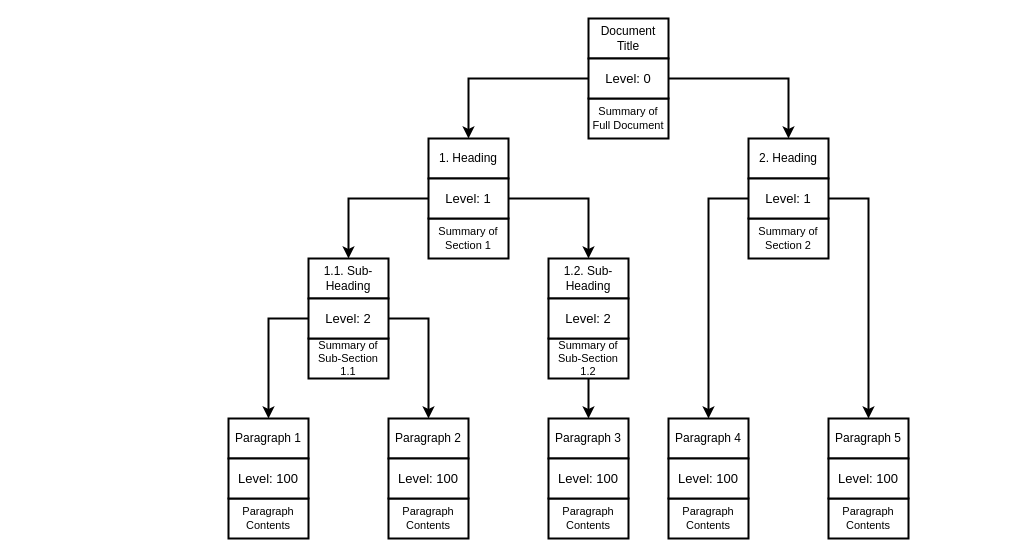
Above: Unprocessed Document Tree.drawio in smelm/thesis (draw.io), before the change. Source tidied: cells renumbered, new cells numbered last; positions are measured from the earlier drawing's top-left corner, leaving out a move shared by most shapes. Both pictures are drawn from the tidied source at 100%, with x=0, y=0 at pixel (228, 18).
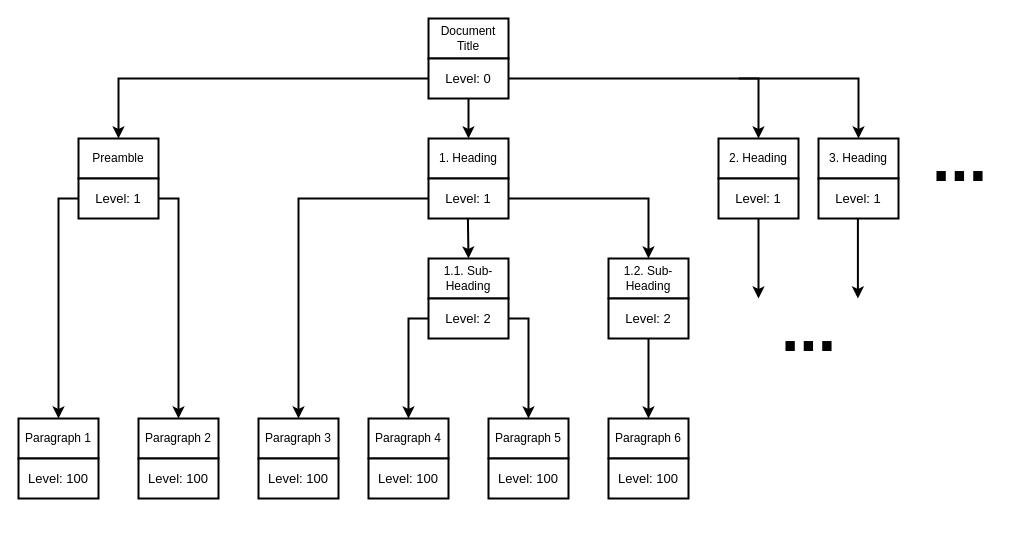
After the change.

The change refers to these unchanged cells:
```xml
<mxCell id="5" value="1. Heading" style="rounded=0;whiteSpace=wrap;html=1;strokeWidth=2;" parent="1" vertex="1">
  <mxGeometry x="200" y="120" width="80" height="40" as="geometry" />
</mxCell>
<mxCell id="7" value="Level: 1" style="rounded=0;whiteSpace=wrap;html=1;fontSize=13;strokeWidth=2;" parent="1" vertex="1">
  <mxGeometry x="200" y="160" width="80" height="40" as="geometry" />
</mxCell>
```

The edit, as a diff of the source:
```diff
@@
     <mxCell id="2" value="Document Title" style="rounded=0;whiteSpace=wrap;html=1;strokeWidth=2;" parent="1" vertex="1">
-      <mxGeometry x="360" width="80" height="40" as="geometry" />
+      <mxGeometry x="200" width="80" height="40" as="geometry" />
     </mxCell>
-    <mxCell id="3" value="Summary of Full Document" style="rounded=0;whiteSpace=wrap;html=1;fontSize=11;strokeWidth=2;" parent="1" vertex="1">
-      <mxGeometry x="360" y="80" width="80" height="40" as="geometry" />
-    </mxCell>
     <mxCell id="4" value="Level:&amp;nbsp;&lt;span style=&quot;background-color: initial;&quot;&gt;0&lt;/span&gt;" style="rounded=0;whiteSpace=wrap;html=1;fontSize=13;strokeWidth=2;" parent="1" vertex="1">
-      <mxGeometry x="360" y="40" width="80" height="40" as="geometry" />
+      <mxGeometry x="200" y="40" width="80" height="40" as="geometry" />
     </mxCell>
@@
-    <mxCell id="6" value="Summary of Section 1" style="rounded=0;whiteSpace=wrap;html=1;fontSize=11;strokeWidth=2;" parent="1" vertex="1">
-      <mxGeometry x="200" y="200" width="80" height="40" as="geometry" />
-    </mxCell>
@@
     <mxCell id="8" value="2. Heading" style="rounded=0;whiteSpace=wrap;html=1;strokeWidth=2;" parent="1" vertex="1">
-      <mxGeometry x="520" y="120" width="80" height="40" as="geometry" />
+      <mxGeometry x="490" y="120" width="80" height="40" as="geometry" />
     </mxCell>
-    <mxCell id="9" value="Summary of Section 2" style="rounded=0;whiteSpace=wrap;html=1;fontSize=11;strokeWidth=2;" parent="1" vertex="1">
-      <mxGeometry x="520" y="200" width="80" height="40" as="geometry" />
-    </mxCell>
     <mxCell id="10" value="Level: 1" style="rounded=0;whiteSpace=wrap;html=1;fontSize=13;strokeWidth=2;" parent="1" vertex="1">
-      <mxGeometry x="520" y="160" width="80" height="40" as="geometry" />
+      <mxGeometry x="490" y="160" width="80" height="40" as="geometry" />
     </mxCell>
     <mxCell id="11" value="1.1. Sub-Heading" style="rounded=0;whiteSpace=wrap;html=1;strokeWidth=2;" parent="1" vertex="1">
-      <mxGeometry x="80" y="240" width="80" height="40" as="geometry" />
+      <mxGeometry x="200" y="240" width="80" height="40" as="geometry" />
     </mxCell>
-    <mxCell id="12" value="Summary of Sub-Section 1.1" style="rounded=0;whiteSpace=wrap;html=1;fontSize=11;strokeWidth=2;" parent="1" vertex="1">
-      <mxGeometry x="80" y="320" width="80" height="40" as="geometry" />
-    </mxCell>
     <mxCell id="13" value="Level: 2" style="rounded=0;whiteSpace=wrap;html=1;fontSize=13;strokeWidth=2;" parent="1" vertex="1">
-      <mxGeometry x="80" y="280" width="80" height="40" as="geometry" />
+      <mxGeometry x="200" y="280" width="80" height="40" as="geometry" />
     </mxCell>
     <mxCell id="14" value="1.2. Sub-Heading" style="rounded=0;whiteSpace=wrap;html=1;strokeWidth=2;" parent="1" vertex="1">
-      <mxGeometry x="320" y="240" width="80" height="40" as="geometry" />
+      <mxGeometry x="380" y="240" width="80" height="40" as="geometry" />
     </mxCell>
-    <mxCell id="15" style="edgeStyle=orthogonalEdgeStyle;rounded=0;jettySize=auto;html=1;entryX=0.5;entryY=0;entryDx=0;entryDy=0;strokeWidth=2;" parent="1" edge="1" source="16" target="27">
+    <mxCell id="15" style="edgeStyle=orthogonalEdgeStyle;rounded=0;jettySize=auto;html=1;entryX=0.5;entryY=0;entryDx=0;entryDy=0;strokeWidth=2;" parent="1" edge="1" source="17" target="27">
       <mxGeometry relative="1" as="geometry" />
     </mxCell>
-    <mxCell id="16" value="Summary of Sub-Section 1.2" style="rounded=0;whiteSpace=wrap;html=1;fontSize=11;strokeWidth=2;" parent="1" vertex="1">
-      <mxGeometry x="320" y="320" width="80" height="40" as="geometry" />
-    </mxCell>
     <mxCell id="17" value="Level: 2" style="rounded=0;whiteSpace=wrap;html=1;fontSize=13;strokeWidth=2;" parent="1" vertex="1">
-      <mxGeometry x="320" y="280" width="80" height="40" as="geometry" />
+      <mxGeometry x="380" y="280" width="80" height="40" as="geometry" />
     </mxCell>
-    <mxCell id="18" value="Paragraph 4" style="rounded=0;whiteSpace=wrap;html=1;strokeWidth=2;" parent="1" vertex="1">
-      <mxGeometry x="440" y="400" width="80" height="40" as="geometry" />
+    <mxCell id="18" value="3. Heading" style="rounded=0;whiteSpace=wrap;html=1;strokeWidth=2;" parent="1" vertex="1">
+      <mxGeometry x="590" y="120" width="80" height="40" as="geometry" />
     </mxCell>
-    <mxCell id="19" value="Paragraph Contents" style="rounded=0;whiteSpace=wrap;html=1;fontSize=11;strokeWidth=2;" parent="1" vertex="1">
-      <mxGeometry x="440" y="480" width="80" height="40" as="geometry" />
-    </mxCell>
-    <mxCell id="20" value="Paragraph 5" style="rounded=0;whiteSpace=wrap;html=1;strokeWidth=2;" parent="1" vertex="1">
-      <mxGeometry x="600" y="400" width="80" height="40" as="geometry" />
-    </mxCell>
-    <mxCell id="21" value="Paragraph Contents" style="rounded=0;whiteSpace=wrap;html=1;fontSize=11;strokeWidth=2;" parent="1" vertex="1">
-      <mxGeometry x="600" y="480" width="80" height="40" as="geometry" />
-    </mxCell>
-    <mxCell id="22" value="Paragraph 1" style="rounded=0;whiteSpace=wrap;html=1;strokeWidth=2;" parent="1" vertex="1">
-      <mxGeometry y="400" width="80" height="40" as="geometry" />
+    <mxCell id="22" value="Paragraph 4" style="rounded=0;whiteSpace=wrap;html=1;strokeWidth=2;" parent="1" vertex="1">
+      <mxGeometry x="140" y="400" width="80" height="40" as="geometry" />
     </mxCell>
-    <mxCell id="23" value="Paragraph Contents" style="rounded=0;whiteSpace=wrap;html=1;fontSize=11;strokeWidth=2;" parent="1" vertex="1">
-      <mxGeometry y="480" width="80" height="40" as="geometry" />
-    </mxCell>
     <mxCell id="24" value="Level: 100" style="rounded=0;whiteSpace=wrap;html=1;fontSize=13;strokeWidth=2;" parent="1" vertex="1">
-      <mxGeometry y="440" width="80" height="40" as="geometry" />
+      <mxGeometry x="140" y="440" width="80" height="40" as="geometry" />
     </mxCell>
-    <mxCell id="25" value="Paragraph 2" style="rounded=0;whiteSpace=wrap;html=1;strokeWidth=2;" parent="1" vertex="1">
-      <mxGeometry x="160" y="400" width="80" height="40" as="geometry" />
+    <mxCell id="25" value="Paragraph 5" style="rounded=0;whiteSpace=wrap;html=1;strokeWidth=2;" parent="1" vertex="1">
+      <mxGeometry x="260" y="400" width="80" height="40" as="geometry" />
     </mxCell>
-    <mxCell id="26" value="Paragraph Contents" style="rounded=0;whiteSpace=wrap;html=1;fontSize=11;strokeWidth=2;" parent="1" vertex="1">
-      <mxGeometry x="160" y="480" width="80" height="40" as="geometry" />
-    </mxCell>
-    <mxCell id="27" value="Paragraph 3" style="rounded=0;whiteSpace=wrap;html=1;strokeWidth=2;" parent="1" vertex="1">
-      <mxGeometry x="320" y="400" width="80" height="40" as="geometry" />
+    <mxCell id="27" value="Paragraph 6" style="rounded=0;whiteSpace=wrap;html=1;strokeWidth=2;" parent="1" vertex="1">
+      <mxGeometry x="380" y="400" width="80" height="40" as="geometry" />
     </mxCell>
-    <mxCell id="28" value="Paragraph Contents" style="rounded=0;whiteSpace=wrap;html=1;fontSize=11;strokeWidth=2;" parent="1" vertex="1">
-      <mxGeometry x="320" y="480" width="80" height="40" as="geometry" />
-    </mxCell>
-    <mxCell id="29" style="endArrow=classic;html=1;rounded=0;exitX=0;exitY=0.5;exitDx=0;exitDy=0;entryX=0.5;entryY=0;entryDx=0;entryDy=0;strokeWidth=2;" parent="1" edge="1" source="4" target="5">
+    <mxCell id="29" style="endArrow=classic;html=1;rounded=0;exitX=0;exitY=0.5;exitDx=0;exitDy=0;entryX=0.5;entryY=0;entryDx=0;entryDy=0;strokeWidth=2;" parent="1" edge="1" source="4" target="41">
       <mxGeometry relative="1" as="geometry">
         <Array as="points">
-          <mxPoint x="240" y="60" />
+          <mxPoint x="-110" y="60" />
         </Array>
       </mxGeometry>
     </mxCell>
-    <mxCell id="30" style="endArrow=classic;html=1;rounded=0;exitX=0;exitY=0.5;exitDx=0;exitDy=0;entryX=0.5;entryY=0;entryDx=0;entryDy=0;strokeWidth=2;" parent="1" edge="1" target="8">
+    <mxCell id="30" style="endArrow=classic;html=1;rounded=0;exitX=1;exitY=0.5;exitDx=0;exitDy=0;entryX=0.5;entryY=0;entryDx=0;entryDy=0;strokeWidth=2;" parent="1" edge="1" source="4" target="8">
       <mxGeometry relative="1" as="geometry">
-        <mxPoint x="440" y="60" as="sourcePoint" />
         <Array as="points">
-          <mxPoint x="560" y="60" />
+          <mxPoint x="530" y="60" />
         </Array>
       </mxGeometry>
     </mxCell>
-    <mxCell id="31" style="endArrow=classic;html=1;rounded=0;exitX=0;exitY=0.5;exitDx=0;exitDy=0;entryX=0.5;entryY=0;entryDx=0;entryDy=0;strokeWidth=2;" parent="1" edge="1" target="11">
+    <mxCell id="31" style="endArrow=classic;html=1;rounded=0;exitX=0;exitY=0.5;exitDx=0;exitDy=0;entryX=0.5;entryY=0;entryDx=0;entryDy=0;strokeWidth=2;" parent="1" edge="1" target="56">
       <mxGeometry relative="1" as="geometry">
         <mxPoint x="200" y="180" as="sourcePoint" />
         <Array as="points">
-          <mxPoint x="120" y="180" />
+          <mxPoint x="70" y="180" />
         </Array>
       </mxGeometry>
     </mxCell>
     <mxCell id="32" style="endArrow=classic;html=1;rounded=0;exitX=0;exitY=0.5;exitDx=0;exitDy=0;entryX=0.5;entryY=0;entryDx=0;entryDy=0;strokeWidth=2;" parent="1" edge="1" target="22">
       <mxGeometry relative="1" as="geometry">
-        <mxPoint x="80" y="300" as="sourcePoint" />
+        <mxPoint x="200" y="300" as="sourcePoint" />
         <Array as="points">
-          <mxPoint x="40" y="300" />
+          <mxPoint x="180" y="300" />
         </Array>
       </mxGeometry>
     </mxCell>
     <mxCell id="33" style="endArrow=classic;html=1;rounded=0;exitX=0;exitY=0.5;exitDx=0;exitDy=0;entryX=0.5;entryY=0;entryDx=0;entryDy=0;strokeWidth=2;" parent="1" edge="1" target="25">
       <mxGeometry relative="1" as="geometry">
-        <mxPoint x="160" y="300" as="sourcePoint" />
+        <mxPoint x="280" y="300" as="sourcePoint" />
         <Array as="points">
-          <mxPoint x="200" y="300" />
+          <mxPoint x="300" y="300" />
         </Array>
       </mxGeometry>
     </mxCell>
     <mxCell id="34" style="endArrow=classic;html=1;rounded=0;exitX=1;exitY=0.5;exitDx=0;exitDy=0;entryX=0.5;entryY=0;entryDx=0;entryDy=0;strokeWidth=2;" parent="1" edge="1" source="7" target="14">
       <mxGeometry relative="1" as="geometry">
         <Array as="points">
-          <mxPoint x="360" y="180" />
+          <mxPoint x="420" y="180" />
         </Array>
       </mxGeometry>
     </mxCell>
-    <mxCell id="35" style="endArrow=classic;html=1;rounded=0;exitX=0;exitY=0.5;exitDx=0;exitDy=0;entryX=0.5;entryY=0;entryDx=0;entryDy=0;fontSize=11;strokeWidth=2;" parent="1" edge="1" target="20">
-      <mxGeometry relative="1" as="geometry">
-        <mxPoint x="600" y="180" as="sourcePoint" />
-        <Array as="points">
-          <mxPoint x="640" y="180" />
-        </Array>
-      </mxGeometry>
-    </mxCell>
-    <mxCell id="36" style="endArrow=classic;html=1;rounded=0;exitX=0;exitY=0.5;exitDx=0;exitDy=0;strokeWidth=2;" parent="1" edge="1" target="18">
-      <mxGeometry relative="1" as="geometry">
-        <mxPoint x="520" y="180" as="sourcePoint" />
-        <Array as="points">
-          <mxPoint x="480" y="180" />
-        </Array>
-      </mxGeometry>
-    </mxCell>
     <mxCell id="37" value="Level: 100" style="rounded=0;whiteSpace=wrap;html=1;fontSize=13;strokeWidth=2;" parent="1" vertex="1">
-      <mxGeometry x="160" y="440" width="80" height="40" as="geometry" />
+      <mxGeometry x="260" y="440" width="80" height="40" as="geometry" />
     </mxCell>
     <mxCell id="38" value="Level: 100" style="rounded=0;whiteSpace=wrap;html=1;fontSize=13;strokeWidth=2;" parent="1" vertex="1">
-      <mxGeometry x="320" y="440" width="80" height="40" as="geometry" />
+      <mxGeometry x="380" y="440" width="80" height="40" as="geometry" />
     </mxCell>
-    <mxCell id="39" value="Level: 100" style="rounded=0;whiteSpace=wrap;html=1;fontSize=13;strokeWidth=2;" parent="1" vertex="1">
-      <mxGeometry x="440" y="440" width="80" height="40" as="geometry" />
+    <mxCell id="39" value="Level: 1" style="rounded=0;whiteSpace=wrap;html=1;fontSize=13;strokeWidth=2;" parent="1" vertex="1">
+      <mxGeometry x="590" y="160" width="80" height="40" as="geometry" />
     </mxCell>
-    <mxCell id="40" value="Level: 100" style="rounded=0;whiteSpace=wrap;html=1;fontSize=13;strokeWidth=2;" parent="1" vertex="1">
-      <mxGeometry x="600" y="440" width="80" height="40" as="geometry" />
-    </mxCell>
+    <mxCell id="41" value="Preamble" style="rounded=0;whiteSpace=wrap;html=1;strokeWidth=2;" parent="1" vertex="1">
+      <mxGeometry x="-150" y="120" width="80" height="40" as="geometry" />
+    </mxCell>
+    <mxCell id="42" value="Level: 1" style="rounded=0;whiteSpace=wrap;html=1;fontSize=13;strokeWidth=2;" parent="1" vertex="1">
+      <mxGeometry x="-150" y="160" width="80" height="40" as="geometry" />
+    </mxCell>
+    <mxCell id="43" value="Paragraph 1" style="rounded=0;whiteSpace=wrap;html=1;strokeWidth=2;" parent="1" vertex="1">
+      <mxGeometry x="-210" y="400" width="80" height="40" as="geometry" />
+    </mxCell>
+    <mxCell id="44" value="Paragraph 2" style="rounded=0;whiteSpace=wrap;html=1;strokeWidth=2;" parent="1" vertex="1">
+      <mxGeometry x="-90" y="400" width="80" height="40" as="geometry" />
+    </mxCell>
+    <mxCell id="45" style="endArrow=classic;html=1;rounded=0;entryX=0.5;entryY=0;entryDx=0;entryDy=0;fontSize=11;strokeWidth=2;exitX=1;exitY=0.5;exitDx=0;exitDy=0;" parent="1" edge="1" source="42" target="44">
+      <mxGeometry relative="1" as="geometry">
+        <Array as="points">
+          <mxPoint x="-50" y="180" />
+        </Array>
+      </mxGeometry>
+    </mxCell>
+    <mxCell id="46" style="endArrow=classic;html=1;rounded=0;strokeWidth=2;" parent="1" edge="1" target="43">
+      <mxGeometry relative="1" as="geometry">
+        <mxPoint x="-150" y="180" as="sourcePoint" />
+        <Array as="points">
+          <mxPoint x="-170" y="180" />
+        </Array>
+      </mxGeometry>
+    </mxCell>
+    <mxCell id="47" value="Level: 100" style="rounded=0;whiteSpace=wrap;html=1;fontSize=13;strokeWidth=2;" parent="1" vertex="1">
+      <mxGeometry x="-210" y="440" width="80" height="40" as="geometry" />
+    </mxCell>
+    <mxCell id="48" value="Level: 100" style="rounded=0;whiteSpace=wrap;html=1;fontSize=13;strokeWidth=2;" parent="1" vertex="1">
+      <mxGeometry x="-90" y="440" width="80" height="40" as="geometry" />
+    </mxCell>
+    <mxCell id="49" style="endArrow=classic;html=1;rounded=0;exitX=0.5;exitY=1;exitDx=0;exitDy=0;entryX=0.5;entryY=0;entryDx=0;entryDy=0;strokeWidth=2;" parent="1" edge="1" source="4" target="5">
+      <mxGeometry relative="1" as="geometry" />
+    </mxCell>
+    <mxCell id="50" style="endArrow=classic;html=1;rounded=0;exitX=0;exitY=0.5;exitDx=0;exitDy=0;entryX=0.5;entryY=0;entryDx=0;entryDy=0;strokeWidth=2;" parent="1" edge="1">
+      <mxGeometry relative="1" as="geometry">
+        <mxPoint x="510" y="60" as="sourcePoint" />
+        <mxPoint x="630" y="120" as="targetPoint" />
+        <Array as="points">
+          <mxPoint x="630" y="60" />
+        </Array>
+      </mxGeometry>
+    </mxCell>
+    <mxCell id="51" value="&lt;font&gt;&lt;b&gt;...&lt;/b&gt;&lt;/font&gt;" style="text;html=1;align=center;verticalAlign=middle;strokeColor=none;fillColor=none;fontSize=66;" parent="1" vertex="1">
+      <mxGeometry x="691" y="95" width="80" height="90" as="geometry" />
+    </mxCell>
+    <mxCell id="52" style="endArrow=classic;html=1;rounded=0;exitX=0.5;exitY=1;exitDx=0;exitDy=0;strokeWidth=2;" parent="1" edge="1" source="10">
+      <mxGeometry relative="1" as="geometry">
+        <mxPoint x="530" y="280" as="targetPoint" />
+      </mxGeometry>
+    </mxCell>
+    <mxCell id="53" style="endArrow=classic;html=1;rounded=0;exitX=0.5;exitY=1;exitDx=0;exitDy=0;strokeWidth=2;" parent="1" edge="1">
+      <mxGeometry relative="1" as="geometry">
+        <mxPoint x="629.4" y="200" as="sourcePoint" />
+        <mxPoint x="629.4" y="280" as="targetPoint" />
+      </mxGeometry>
+    </mxCell>
+    <mxCell id="54" value="&lt;font&gt;&lt;b&gt;...&lt;/b&gt;&lt;/font&gt;" style="text;html=1;align=center;verticalAlign=middle;strokeColor=none;fillColor=none;fontSize=66;" parent="1" vertex="1">
+      <mxGeometry x="540" y="265" width="80" height="90" as="geometry" />
+    </mxCell>
+    <mxCell id="55" style="endArrow=classic;html=1;rounded=0;exitX=0.5;exitY=1;exitDx=0;exitDy=0;strokeWidth=2;entryX=0.5;entryY=0;entryDx=0;entryDy=0;" parent="1" edge="1" target="11">
+      <mxGeometry relative="1" as="geometry">
+        <mxPoint x="239.4" y="200" as="sourcePoint" />
+      </mxGeometry>
+    </mxCell>
+    <mxCell id="56" value="Paragraph 3" style="rounded=0;whiteSpace=wrap;html=1;strokeWidth=2;" parent="1" vertex="1">
+      <mxGeometry x="30" y="400" width="80" height="40" as="geometry" />
+    </mxCell>
+    <mxCell id="57" value="Level: 100" style="rounded=0;whiteSpace=wrap;html=1;fontSize=13;strokeWidth=2;" parent="1" vertex="1">
+      <mxGeometry x="30" y="440" width="80" height="40" as="geometry" />
+    </mxCell>
```
